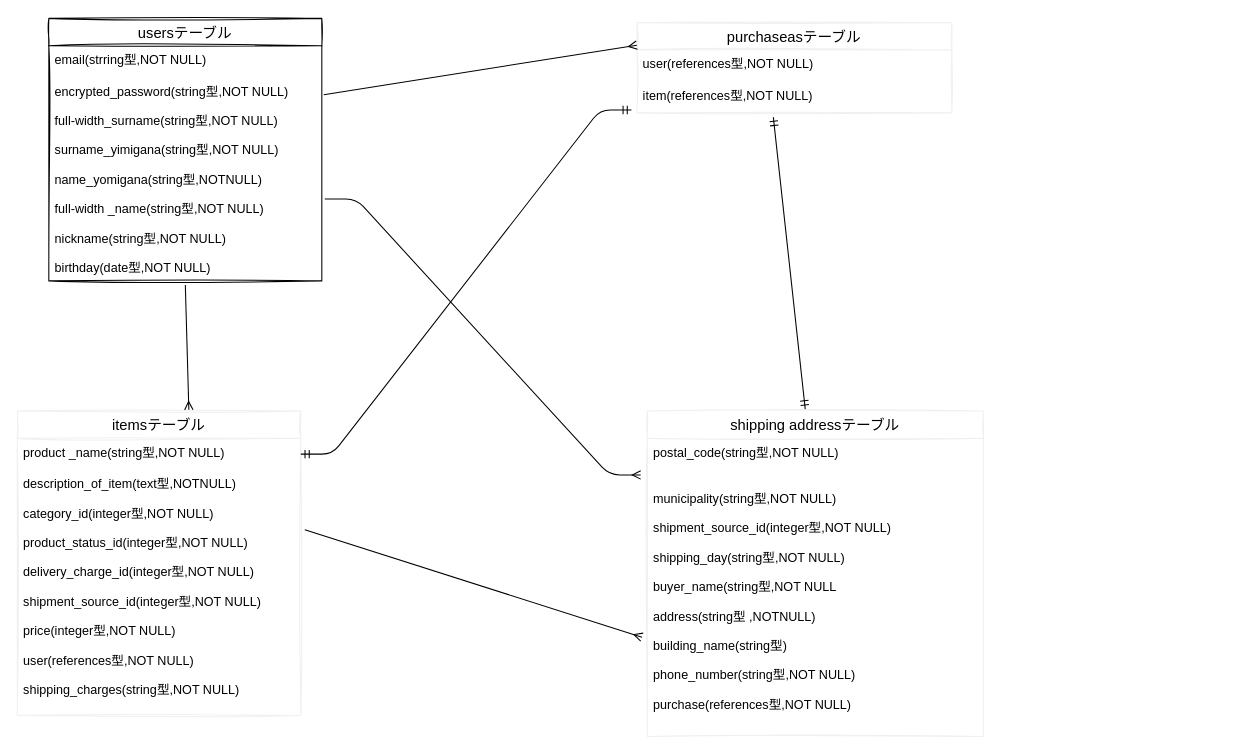
ittetu981/furima-35865 keeps this draw.io diagram as test.dio. Above is the earlier version. Source tidied: cells renumbered, new cells numbered last; positions are measured from the earlier drawing's top-left corner, leaving out a move shared by most shapes. Both pictures are drawn from the tidied source at 105%, with x=0, y=0 at pixel (17, 18).
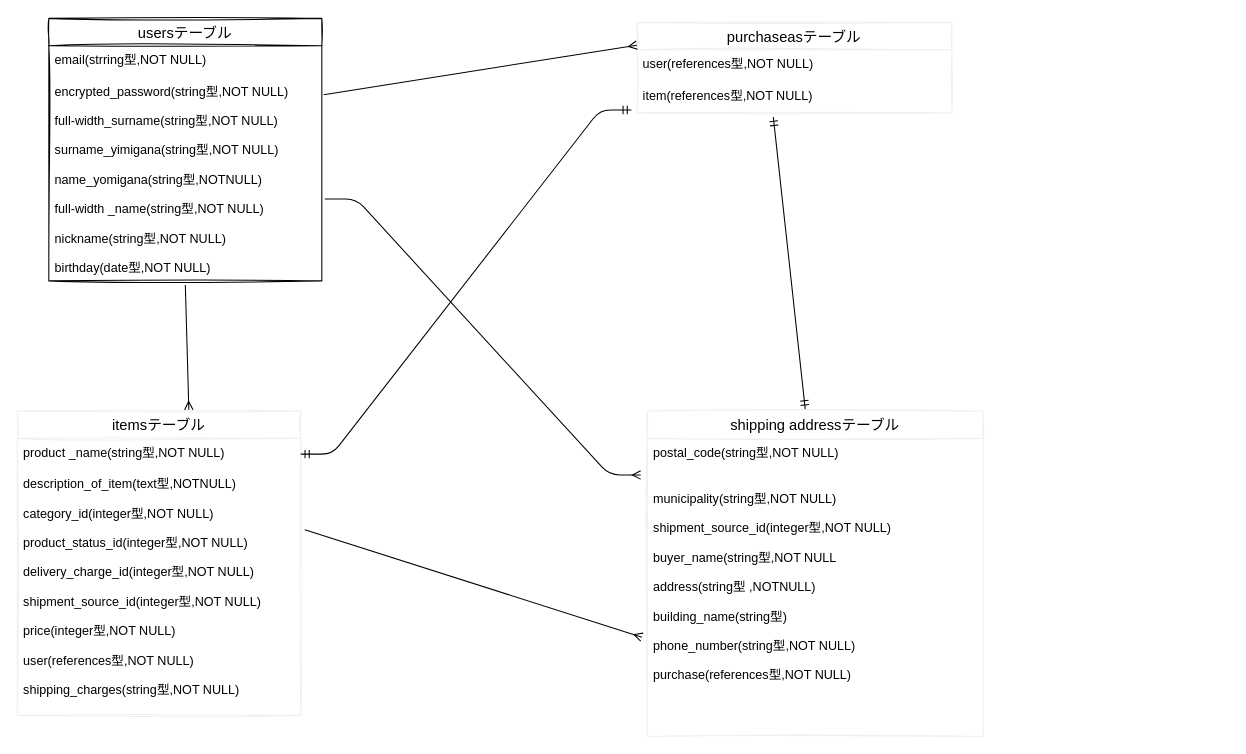
After the change.

Commit message (it also covers changes not shown here):
データベース設計：追加修正7

https://gyazo.com/7a1400a128ac3b2e65d815a5d56eca46

The change refers to these unchanged cells:
```xml
<mxCell id="12" value="shipping addressテーブル" style="swimlane;fontStyle=0;horizontal=1;startSize=26;align=center;fontSize=14;sketch=1;strokeColor=#f0f0f0;" parent="1" vertex="1">
  <mxGeometry x="600" y="374" width="320" height="310" as="geometry" />
</mxCell>
```

What changed in the source:
```diff
@@
-    <mxCell id="13" value="postal_code(string型,NOT NULL)" style="text;strokeColor=none;fillColor=none;spacingLeft=4;spacingRight=4;overflow=hidden;fontSize=12;" parent="12" vertex="1">
+    <mxCell id="13" value="postal_code(string型,NOT NULL)&#10;" style="text;strokeColor=none;fillColor=none;spacingLeft=4;spacingRight=4;overflow=hidden;fontSize=12;" parent="12" vertex="1">
       <mxGeometry y="26" width="320" height="284" as="geometry" />
     </mxCell>
@@
-    <mxCell id="20" value="municipality(string型,NOT NULL)&#10;&#10;shipment_source_id(integer型,NOT NULL)&#10;&#10;shipping_day(string型,NOT NULL)&#10;&#10;buyer_name(string型,NOT NULL&#10;&#10;address(string型 ,NOTNULL)&#10;&#10;building_name(string型)&#10;&#10;phone_number(string型,NOT NULL)&#10;&#10;purchase(references型,NOT NULL)&#10;&#10;&#10;" style="text;strokeColor=none;fillColor=none;spacingLeft=4;spacingRight=4;overflow=hidden;points=[[0,0.5],[1,0.5]];portConstraint=eastwest;fontSize=12;" parent="1" vertex="1">
+    <mxCell id="20" value="municipality(string型,NOT NULL)&#10;&#10;shipment_source_id(integer型,NOT NULL)&#10;&#10;buyer_name(string型,NOT NULL&#10;&#10;address(string型 ,NOTNULL)&#10;&#10;building_name(string型)&#10;&#10;phone_number(string型,NOT NULL)&#10;&#10;purchase(references型,NOT NULL)&#10;&#10;&#10;" style="text;strokeColor=none;fillColor=none;spacingLeft=4;spacingRight=4;overflow=hidden;points=[[0,0.5],[1,0.5]];portConstraint=eastwest;fontSize=12;" parent="1" vertex="1">
       <mxGeometry x="600" y="444" width="300" height="214" as="geometry" />
     </mxCell>
```
